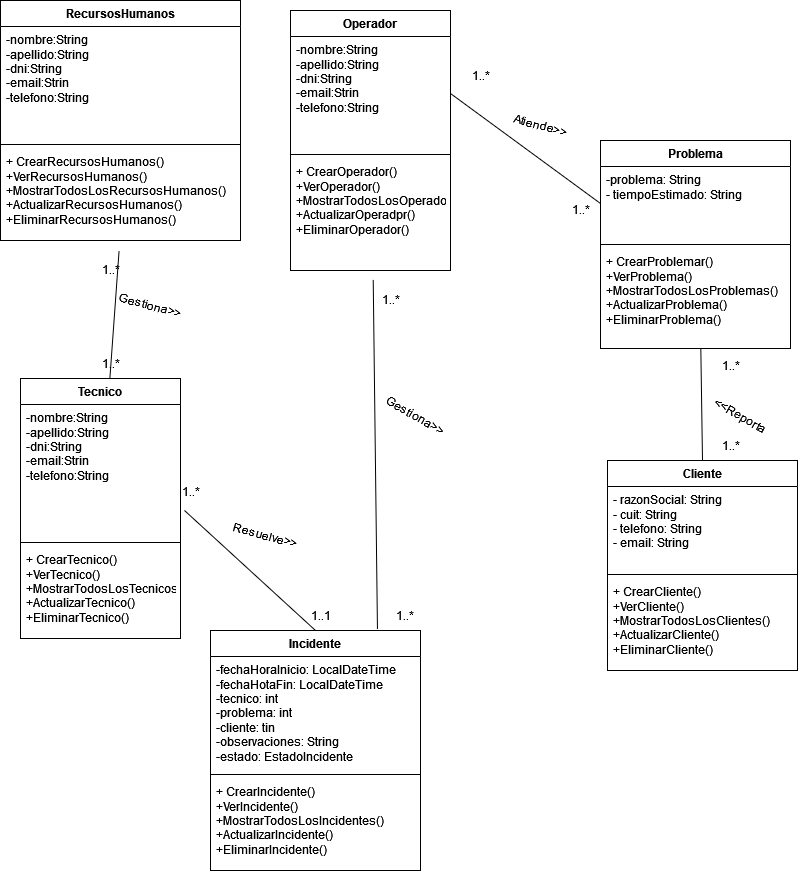
Before: ArgProgramaIncidentes.png, a diagram exported from draw.io (MarceloAsevedo/ArgPrograma-JAVAIntermedio). Source tidied: cells renumbered, new cells last; positions are measured from the earlier drawing's top-left corner, leaving out a move shared by most shapes. Source of this version:
```xml
<mxGraphModel>
  <root>
    <mxCell id="0" />
    <mxCell id="1" parent="0" />
    <mxCell id="2" value="Operador" style="swimlane;fontStyle=1;align=center;verticalAlign=top;horizontal=1;startSize=26;whiteSpace=wrap;html=1;" parent="1" vertex="1">
      <mxGeometry x="290" y="10" width="160" height="260" as="geometry" />
    </mxCell>
    <mxCell id="3" value="&lt;div&gt;-nombre:String&lt;/div&gt;&lt;div&gt;-apellido:String&lt;/div&gt;&lt;div&gt;-dni:String&lt;/div&gt;&lt;div&gt;-email:Strin&lt;/div&gt;&lt;div&gt;-telefono:String&lt;br&gt;&lt;/div&gt;" style="text;strokeColor=none;fillColor=none;align=left;verticalAlign=top;spacingLeft=4;spacingRight=4;overflow=hidden;points=[[0,0.5],[1,0.5]];portConstraint=eastwest;whiteSpace=wrap;html=1;" parent="2" vertex="1">
      <mxGeometry y="26" width="160" height="114" as="geometry" />
    </mxCell>
    <mxCell id="4" style="line;strokeWidth=1;fillColor=none;align=left;verticalAlign=middle;spacingTop=-1;spacingLeft=3;spacingRight=3;labelPosition=right;strokeColor=inherit;" parent="2" vertex="1">
      <mxGeometry y="140" width="160" height="8" as="geometry" />
    </mxCell>
    <mxCell id="5" value="&lt;div&gt;+ CrearOperador()&lt;/div&gt;&lt;div&gt;+VerOperador()&lt;/div&gt;&lt;div&gt;+MostrarTodosLosOperadores()&lt;/div&gt;&lt;div&gt;+ActualizarOperadpr()&lt;/div&gt;&lt;div&gt;+EliminarOperador()&lt;br&gt;&lt;/div&gt;" style="text;strokeColor=none;fillColor=none;align=left;verticalAlign=top;spacingLeft=4;spacingRight=4;overflow=hidden;points=[[0,0.5],[1,0.5]];portConstraint=eastwest;whiteSpace=wrap;html=1;" parent="2" vertex="1">
      <mxGeometry y="148" width="160" height="112" as="geometry" />
    </mxCell>
    <mxCell id="6" value="&lt;div&gt;RecursosHumanos&lt;/div&gt;&lt;div&gt;&lt;br&gt;&lt;/div&gt;" style="swimlane;fontStyle=1;align=center;verticalAlign=top;horizontal=1;startSize=26;whiteSpace=wrap;html=1;" parent="1" vertex="1">
      <mxGeometry width="240" height="240" as="geometry" />
    </mxCell>
    <mxCell id="7" value="&lt;div&gt;-nombre:String&lt;/div&gt;&lt;div&gt;-apellido:String&lt;/div&gt;&lt;div&gt;-dni:String&lt;/div&gt;&lt;div&gt;-email:Strin&lt;/div&gt;&lt;div&gt;-telefono:String&lt;br&gt;&lt;/div&gt;" style="text;strokeColor=none;fillColor=none;align=left;verticalAlign=top;spacingLeft=4;spacingRight=4;overflow=hidden;whiteSpace=wrap;html=1;" parent="6" vertex="1">
      <mxGeometry y="26" width="240" height="114" as="geometry" />
    </mxCell>
    <mxCell id="8" style="line;strokeWidth=1;fillColor=none;align=left;verticalAlign=middle;spacingTop=-1;spacingLeft=3;spacingRight=3;labelPosition=right;strokeColor=inherit;" parent="6" vertex="1">
      <mxGeometry y="140" width="240" height="8" as="geometry" />
    </mxCell>
    <mxCell id="9" value="&lt;div&gt;+ CrearRecursosHumanos()&lt;/div&gt;&lt;div&gt;+VerRecursosHumanos()&lt;/div&gt;&lt;div&gt;+MostrarTodosLosRecursosHumanos()&lt;/div&gt;&lt;div&gt;+ActualizarRecursosHumanos()&lt;/div&gt;&lt;div&gt;+EliminarRecursosHumanos()&lt;br&gt;&lt;/div&gt;" style="text;strokeColor=none;fillColor=none;align=left;verticalAlign=top;spacingLeft=4;spacingRight=4;overflow=hidden;points=[[0,0.5],[1,0.5]];portConstraint=eastwest;whiteSpace=wrap;html=1;" parent="6" vertex="1">
      <mxGeometry y="148" width="240" height="92" as="geometry" />
    </mxCell>
    <mxCell id="10" value="Tecnico" style="swimlane;fontStyle=1;align=center;verticalAlign=top;horizontal=1;startSize=26;whiteSpace=wrap;html=1;" parent="1" vertex="1">
      <mxGeometry x="20" y="378" width="160" height="260" as="geometry" />
    </mxCell>
    <mxCell id="11" value="&lt;div&gt;-nombre:String&lt;/div&gt;&lt;div&gt;-apellido:String&lt;/div&gt;&lt;div&gt;-dni:String&lt;/div&gt;&lt;div&gt;-email:Strin&lt;/div&gt;&lt;div&gt;-telefono:String&lt;br&gt;&lt;/div&gt;" style="text;strokeColor=none;fillColor=none;align=left;verticalAlign=top;spacingLeft=4;spacingRight=4;overflow=hidden;points=[[0,0.5],[1,0.5]];portConstraint=eastwest;whiteSpace=wrap;html=1;" parent="10" vertex="1">
      <mxGeometry y="26" width="160" height="134" as="geometry" />
    </mxCell>
    <mxCell id="12" style="line;strokeWidth=1;fillColor=none;align=left;verticalAlign=middle;spacingTop=-1;spacingLeft=3;spacingRight=3;labelPosition=right;strokeColor=inherit;" parent="10" vertex="1">
      <mxGeometry y="160" width="160" height="8" as="geometry" />
    </mxCell>
    <mxCell id="13" value="&lt;div&gt;+ CrearTecnico()&lt;/div&gt;&lt;div&gt;+VerTecnico()&lt;/div&gt;&lt;div&gt;+MostrarTodosLosTecnicos()&lt;/div&gt;&lt;div&gt;+ActualizarTecnico()&lt;/div&gt;&lt;div&gt;+EliminarTecnico()&lt;br&gt;&lt;/div&gt;" style="text;strokeColor=none;fillColor=none;align=left;verticalAlign=top;spacingLeft=4;spacingRight=4;overflow=hidden;whiteSpace=wrap;html=1;" parent="10" vertex="1">
      <mxGeometry y="168" width="160" height="92" as="geometry" />
    </mxCell>
    <mxCell id="14" value="Cliente" style="swimlane;fontStyle=1;align=center;verticalAlign=top;horizontal=1;startSize=26;whiteSpace=wrap;html=1;" parent="1" vertex="1">
      <mxGeometry x="607" y="460" width="190" height="210" as="geometry" />
    </mxCell>
    <mxCell id="15" value="&lt;div&gt;- razonSocial: String&lt;/div&gt;&lt;div&gt;- cuit: String&lt;/div&gt;&lt;div&gt;- telefono: String&lt;/div&gt;&lt;div&gt;- email: String&lt;/div&gt;&lt;div&gt;&lt;br&gt;&lt;/div&gt;" style="text;strokeColor=none;fillColor=none;align=left;verticalAlign=top;spacingLeft=4;spacingRight=4;overflow=hidden;points=[[0,0.5],[1,0.5]];portConstraint=eastwest;whiteSpace=wrap;html=1;" parent="14" vertex="1">
      <mxGeometry y="26" width="190" height="84" as="geometry" />
    </mxCell>
    <mxCell id="16" style="line;strokeWidth=1;fillColor=none;align=left;verticalAlign=middle;spacingTop=-1;spacingLeft=3;spacingRight=3;labelPosition=right;strokeColor=inherit;" parent="14" vertex="1">
      <mxGeometry y="110" width="190" height="8" as="geometry" />
    </mxCell>
    <mxCell id="17" value="&lt;div&gt;+ CrearCliente()&lt;/div&gt;&lt;div&gt;+VerCliente()&lt;/div&gt;&lt;div&gt;+MostrarTodosLosClientes()&lt;/div&gt;&lt;div&gt;+ActualizarCliente()&lt;/div&gt;&lt;div&gt;+EliminarCliente()&lt;br&gt;&lt;/div&gt;" style="text;strokeColor=none;fillColor=none;align=left;verticalAlign=top;spacingLeft=4;spacingRight=4;overflow=hidden;whiteSpace=wrap;html=1;" parent="14" vertex="1">
      <mxGeometry y="118" width="190" height="92" as="geometry" />
    </mxCell>
    <mxCell id="18" value="Problema" style="swimlane;fontStyle=1;align=center;verticalAlign=top;horizontal=1;startSize=26;whiteSpace=wrap;html=1;" parent="1" vertex="1">
      <mxGeometry x="600" y="140" width="190" height="208" as="geometry" />
    </mxCell>
    <mxCell id="19" value="&lt;div&gt;-problema: String&lt;/div&gt;&lt;div&gt;- tiempoEstimado: String&lt;br&gt;&lt;/div&gt;" style="text;strokeColor=none;fillColor=none;align=left;verticalAlign=top;spacingLeft=4;spacingRight=4;overflow=hidden;points=[[0,0.5],[1,0.5]];portConstraint=eastwest;whiteSpace=wrap;html=1;" parent="18" vertex="1">
      <mxGeometry y="26" width="190" height="74" as="geometry" />
    </mxCell>
    <mxCell id="20" style="line;strokeWidth=1;fillColor=none;align=left;verticalAlign=middle;spacingTop=-1;spacingLeft=3;spacingRight=3;labelPosition=right;strokeColor=inherit;" parent="18" vertex="1">
      <mxGeometry y="100" width="190" height="8" as="geometry" />
    </mxCell>
    <mxCell id="21" value="&lt;div&gt;+ CrearProblemar()&lt;/div&gt;&lt;div&gt;+VerProblema()&lt;/div&gt;&lt;div&gt;+MostrarTodosLosProblemas()&lt;/div&gt;&lt;div&gt;+ActualizarProblema()&lt;/div&gt;&lt;div&gt;+EliminarProblema()&lt;br&gt;&lt;/div&gt;" style="text;strokeColor=none;fillColor=none;align=left;verticalAlign=top;spacingLeft=4;spacingRight=4;overflow=hidden;points=[[0,0.5],[1,0.5]];portConstraint=eastwest;whiteSpace=wrap;html=1;" parent="18" vertex="1">
      <mxGeometry y="108" width="190" height="100" as="geometry" />
    </mxCell>
    <mxCell id="22" value="Incidente" style="swimlane;fontStyle=1;align=center;verticalAlign=top;horizontal=1;startSize=26;whiteSpace=wrap;html=1;" parent="1" vertex="1">
      <mxGeometry x="210" y="630" width="210" height="240" as="geometry" />
    </mxCell>
    <mxCell id="23" value="&lt;div&gt;-fechaHoraInicio: LocalDateTime&lt;br&gt;&lt;/div&gt;&lt;div&gt;-fechaHotaFin: LocalDateTime&lt;br&gt;&lt;/div&gt;&lt;div&gt;-tecnico: int&lt;br&gt;&lt;/div&gt;&lt;div&gt;-problema: int&lt;br&gt;&lt;/div&gt;&lt;div&gt;-cliente: tin&lt;br&gt;&lt;/div&gt;&lt;div&gt;-observaciones: String&lt;/div&gt;&lt;div&gt;-estado: EstadoIncidente&lt;br&gt;&lt;/div&gt;" style="text;strokeColor=none;fillColor=none;align=left;verticalAlign=top;spacingLeft=4;spacingRight=4;overflow=hidden;points=[[0,0.5],[1,0.5]];portConstraint=eastwest;whiteSpace=wrap;html=1;" parent="22" vertex="1">
      <mxGeometry y="26" width="210" height="114" as="geometry" />
    </mxCell>
    <mxCell id="24" style="line;strokeWidth=1;fillColor=none;align=left;verticalAlign=middle;spacingTop=-1;spacingLeft=3;spacingRight=3;labelPosition=right;strokeColor=inherit;" parent="22" vertex="1">
      <mxGeometry y="140" width="210" height="8" as="geometry" />
    </mxCell>
    <mxCell id="25" value="&lt;div&gt;+ CrearIncidente()&lt;/div&gt;&lt;div&gt;+VerIncidente()&lt;/div&gt;&lt;div&gt;+MostrarTodosLosIncidentes()&lt;/div&gt;&lt;div&gt;+ActualizarIncidente()&lt;/div&gt;&lt;div&gt;+EliminarIncidente()&lt;br&gt;&lt;/div&gt;" style="text;strokeColor=none;fillColor=none;align=left;verticalAlign=top;spacingLeft=4;spacingRight=4;overflow=hidden;points=[[0,0.5],[1,0.5]];portConstraint=eastwest;whiteSpace=wrap;html=1;" parent="22" vertex="1">
      <mxGeometry y="148" width="210" height="92" as="geometry" />
    </mxCell>
    <mxCell id="26" style="endArrow=none;html=1;rounded=0;entryX=0.528;entryY=1.002;entryDx=0;entryDy=0;exitX=0.5;exitY=0;exitDx=0;exitDy=0;entryPerimeter=0;" parent="1" edge="1" source="14" target="21">
      <mxGeometry relative="1" as="geometry" />
    </mxCell>
    <mxCell id="27" style="endArrow=none;html=1;rounded=0;exitX=0.5;exitY=0;exitDx=0;exitDy=0;entryX=1.025;entryY=0.791;entryDx=0;entryDy=0;entryPerimeter=0;" parent="1" edge="1" source="22" target="11">
      <mxGeometry relative="1" as="geometry" />
    </mxCell>
    <mxCell id="28" style="endArrow=none;html=1;rounded=0;entryX=1;entryY=0.5;entryDx=0;entryDy=0;exitX=0;exitY=0.5;exitDx=0;exitDy=0;" parent="1" edge="1" source="19" target="3">
      <mxGeometry relative="1" as="geometry" />
    </mxCell>
    <mxCell id="29" style="endArrow=none;html=1;rounded=0;entryX=0.517;entryY=1.084;entryDx=0;entryDy=0;exitX=0.795;exitY=-0.006;exitDx=0;exitDy=0;entryPerimeter=0;exitPerimeter=0;" parent="1" edge="1" source="22" target="5">
      <mxGeometry relative="1" as="geometry" />
    </mxCell>
    <mxCell id="30" style="endArrow=none;html=1;rounded=0;entryX=0.494;entryY=1.115;entryDx=0;entryDy=0;entryPerimeter=0;" parent="1" edge="1" source="10" target="9">
      <mxGeometry relative="1" as="geometry" />
    </mxCell>
    <mxCell id="31" value="1..*" style="text;html=1;align=center;verticalAlign=middle;strokeColor=none;fillColor=none;" parent="1" vertex="1">
      <mxGeometry x="370" y="284" width="40" height="30" as="geometry" />
    </mxCell>
    <mxCell id="32" value="1..*" style="text;html=1;align=center;verticalAlign=middle;strokeColor=none;fillColor=none;" parent="1" vertex="1">
      <mxGeometry x="460" y="60" width="40" height="30" as="geometry" />
    </mxCell>
    <mxCell id="33" value="1..*" style="text;html=1;align=center;verticalAlign=middle;strokeColor=none;fillColor=none;" parent="1" vertex="1">
      <mxGeometry x="710" y="430" width="40" height="30" as="geometry" />
    </mxCell>
    <mxCell id="34" value="1..*" style="text;html=1;align=center;verticalAlign=middle;strokeColor=none;fillColor=none;" parent="1" vertex="1">
      <mxGeometry x="90" y="254" width="40" height="30" as="geometry" />
    </mxCell>
    <mxCell id="35" value="1..*" style="text;html=1;align=center;verticalAlign=middle;strokeColor=none;fillColor=none;" parent="1" vertex="1">
      <mxGeometry x="170" y="476" width="40" height="30" as="geometry" />
    </mxCell>
    <mxCell id="36" value="1..*" style="text;html=1;align=center;verticalAlign=middle;strokeColor=none;fillColor=none;" parent="1" vertex="1">
      <mxGeometry x="90" y="348" width="40" height="30" as="geometry" />
    </mxCell>
    <mxCell id="37" value="1..1" style="text;html=1;align=center;verticalAlign=middle;strokeColor=none;fillColor=none;" parent="1" vertex="1">
      <mxGeometry x="300" y="600" width="40" height="30" as="geometry" />
    </mxCell>
    <mxCell id="38" value="1..*" style="text;html=1;align=center;verticalAlign=middle;strokeColor=none;fillColor=none;" parent="1" vertex="1">
      <mxGeometry x="384" y="600" width="40" height="30" as="geometry" />
    </mxCell>
    <mxCell id="39" value="1..*" style="text;html=1;align=center;verticalAlign=middle;strokeColor=none;fillColor=none;" parent="1" vertex="1">
      <mxGeometry x="710" y="350" width="40" height="30" as="geometry" />
    </mxCell>
    <mxCell id="40" value="1..*" style="text;html=1;align=center;verticalAlign=middle;strokeColor=none;fillColor=none;" parent="1" vertex="1">
      <mxGeometry x="560" y="194" width="40" height="30" as="geometry" />
    </mxCell>
    <mxCell id="41" value="Atiende&amp;gt;&amp;gt;" style="text;html=1;align=center;verticalAlign=middle;strokeColor=none;fillColor=none;rotation=15;" parent="1" vertex="1">
      <mxGeometry x="500" y="110" width="80" height="30" as="geometry" />
    </mxCell>
    <mxCell id="42" value="&amp;lt;&amp;lt;Reporta" style="text;html=1;align=center;verticalAlign=middle;strokeColor=none;fillColor=none;rotation=30;" parent="1" vertex="1">
      <mxGeometry x="700" y="400" width="80" height="30" as="geometry" />
    </mxCell>
    <mxCell id="43" value="Gestiona&amp;gt;&amp;gt;" style="text;html=1;align=center;verticalAlign=middle;strokeColor=none;fillColor=none;rotation=30;" parent="1" vertex="1">
      <mxGeometry x="370" y="400" width="90" height="30" as="geometry" />
    </mxCell>
    <mxCell id="44" value="Resuelve&amp;gt;&amp;gt;" style="text;html=1;align=center;verticalAlign=middle;strokeColor=none;fillColor=none;rotation=15;" parent="1" vertex="1">
      <mxGeometry x="220" y="520" width="90" height="30" as="geometry" />
    </mxCell>
    <mxCell id="45" value="Gestiona&amp;gt;&amp;gt;" style="text;html=1;align=center;verticalAlign=middle;strokeColor=none;fillColor=none;rotation=15;" parent="1" vertex="1">
      <mxGeometry x="105" y="290" width="90" height="30" as="geometry" />
    </mxCell>
  </root>
</mxGraphModel>
```
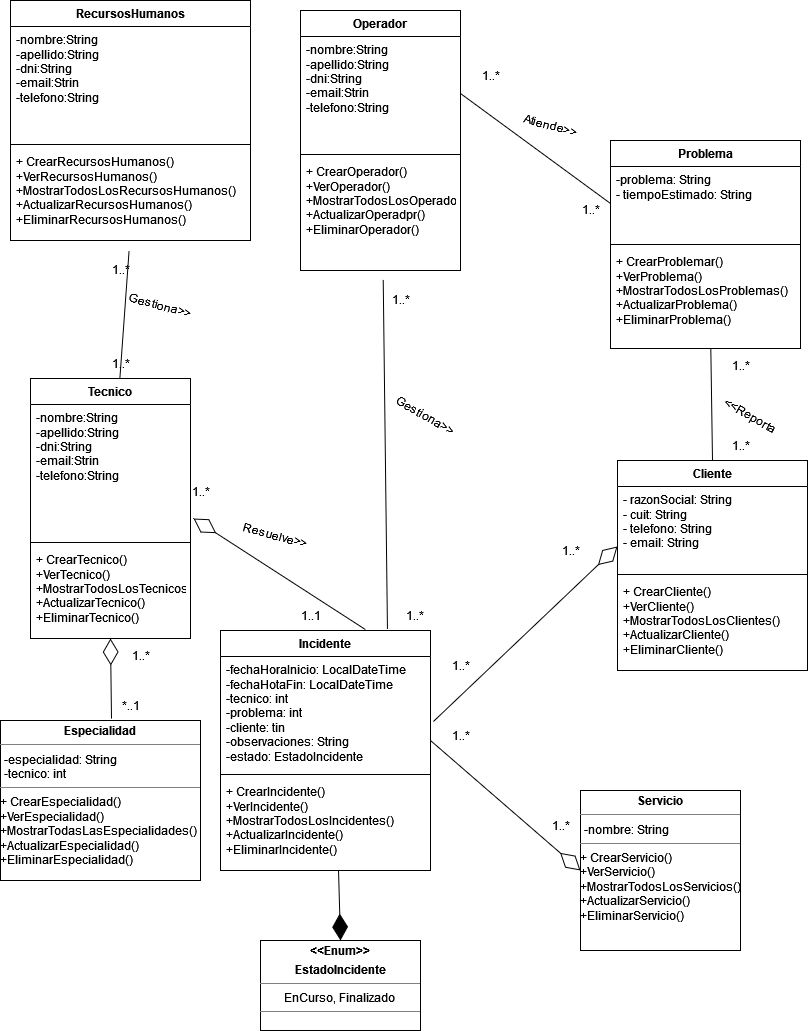
The same diagram one commit later.

Commit message:
Actualizacion Diagrama

Change to the diagram source:
```diff
@@ -77,9 +77,6 @@
     <mxCell id="26" style="endArrow=none;html=1;rounded=0;entryX=0.528;entryY=1.002;entryDx=0;entryDy=0;exitX=0.5;exitY=0;exitDx=0;exitDy=0;entryPerimeter=0;" parent="1" edge="1" source="14" target="21">
       <mxGeometry relative="1" as="geometry" />
     </mxCell>
-    <mxCell id="27" style="endArrow=none;html=1;rounded=0;exitX=0.5;exitY=0;exitDx=0;exitDy=0;entryX=1.025;entryY=0.791;entryDx=0;entryDy=0;entryPerimeter=0;" parent="1" edge="1" source="22" target="11">
-      <mxGeometry relative="1" as="geometry" />
-    </mxCell>
     <mxCell id="28" style="endArrow=none;html=1;rounded=0;entryX=1;entryY=0.5;entryDx=0;entryDy=0;exitX=0;exitY=0.5;exitDx=0;exitDy=0;" parent="1" edge="1" source="19" target="3">
       <mxGeometry relative="1" as="geometry" />
     </mxCell>
@@ -108,7 +105,7 @@
       <mxGeometry x="90" y="348" width="40" height="30" as="geometry" />
     </mxCell>
     <mxCell id="37" value="1..1" style="text;html=1;align=center;verticalAlign=middle;strokeColor=none;fillColor=none;" parent="1" vertex="1">
-      <mxGeometry x="300" y="600" width="40" height="30" as="geometry" />
+      <mxGeometry x="280" y="600" width="40" height="30" as="geometry" />
     </mxCell>
     <mxCell id="38" value="1..*" style="text;html=1;align=center;verticalAlign=middle;strokeColor=none;fillColor=none;" parent="1" vertex="1">
       <mxGeometry x="384" y="600" width="40" height="30" as="geometry" />
@@ -134,5 +131,47 @@
     <mxCell id="45" value="Gestiona&amp;gt;&amp;gt;" style="text;html=1;align=center;verticalAlign=middle;strokeColor=none;fillColor=none;rotation=15;" parent="1" vertex="1">
       <mxGeometry x="105" y="290" width="90" height="30" as="geometry" />
     </mxCell>
+    <mxCell id="46" style="endArrow=diamondThin;endFill=0;endSize=24;html=1;rounded=0;entryX=0;entryY=0.714;entryDx=0;entryDy=0;entryPerimeter=0;exitX=1.014;exitY=0.57;exitDx=0;exitDy=0;exitPerimeter=0;" parent="1" edge="1" source="23" target="15">
+      <mxGeometry relative="1" as="geometry" />
+    </mxCell>
+    <mxCell id="27" style="endArrow=diamondThin;endFill=0;endSize=24;html=1;rounded=0;exitX=0.69;exitY=-0.004;exitDx=0;exitDy=0;exitPerimeter=0;entryX=1.019;entryY=0.851;entryDx=0;entryDy=0;entryPerimeter=0;" parent="1" edge="1" source="22" target="11">
+      <mxGeometry relative="1" as="geometry" />
+    </mxCell>
+    <mxCell id="47" value="&lt;p style=&quot;margin:0px;margin-top:4px;text-align:center;&quot;&gt;&lt;b&gt;Servicio&lt;/b&gt;&lt;/p&gt;&lt;hr size=&quot;1&quot;&gt;&lt;p style=&quot;margin:0px;margin-left:4px;&quot;&gt;-nombre: String&lt;br&gt;&lt;/p&gt;&lt;hr size=&quot;1&quot;&gt;&lt;div&gt;+ CrearServicio()&lt;/div&gt;&lt;div&gt;+VerServicio()&lt;/div&gt;&lt;div&gt;+MostrarTodosLosServicios()&lt;/div&gt;&lt;div&gt;+ActualizarServicio()&lt;/div&gt;+EliminarServicio()&lt;p style=&quot;margin:0px;margin-left:4px;&quot;&gt;&lt;/p&gt;" style="verticalAlign=top;align=left;overflow=fill;fontSize=12;fontFamily=Helvetica;html=1;whiteSpace=wrap;" parent="1" vertex="1">
+      <mxGeometry x="570" y="790" width="160" height="160" as="geometry" />
+    </mxCell>
+    <mxCell id="48" style="endArrow=diamondThin;endFill=0;endSize=24;html=1;rounded=0;entryX=0;entryY=0.5;entryDx=0;entryDy=0;exitX=1;exitY=0.737;exitDx=0;exitDy=0;exitPerimeter=0;" parent="1" edge="1" source="23" target="47">
+      <mxGeometry relative="1" as="geometry" />
+    </mxCell>
+    <mxCell id="49" value="&lt;p style=&quot;margin:0px;margin-top:4px;text-align:center;&quot;&gt;&lt;b&gt;Especialidad&lt;/b&gt;&lt;/p&gt;&lt;hr size=&quot;1&quot;&gt;&lt;p style=&quot;margin:0px;margin-left:4px;&quot;&gt;-especialidad: String&lt;/p&gt;&lt;p style=&quot;margin:0px;margin-left:4px;&quot;&gt;-tecnico: int&lt;br&gt;&lt;/p&gt;&lt;hr size=&quot;1&quot;&gt;&lt;div&gt;+ CrearEspecialidad()&lt;/div&gt;&lt;div&gt;+VerEspecialidad()&lt;/div&gt;&lt;div&gt;+MostrarTodasLasEspecialidades()&lt;/div&gt;&lt;div&gt;+ActualizarEspecialidad()&lt;/div&gt;+EliminarEspecialidad()&lt;p style=&quot;margin:0px;margin-left:4px;&quot;&gt;&lt;/p&gt;" style="verticalAlign=top;align=left;overflow=fill;fontSize=12;fontFamily=Helvetica;html=1;whiteSpace=wrap;" parent="1" vertex="1">
+      <mxGeometry x="-10" y="720" width="200" height="160" as="geometry" />
+    </mxCell>
+    <mxCell id="50" style="endArrow=diamondThin;endFill=0;endSize=24;html=1;rounded=0;entryX=0.5;entryY=1;entryDx=0;entryDy=0;exitX=0.555;exitY=-0.012;exitDx=0;exitDy=0;exitPerimeter=0;" parent="1" edge="1" source="49" target="10">
+      <mxGeometry relative="1" as="geometry" />
+    </mxCell>
+    <mxCell id="51" value="&lt;p style=&quot;margin:0px;margin-top:4px;text-align:center;&quot;&gt;&lt;b&gt;&amp;lt;&amp;lt;Enum&amp;gt;&amp;gt;&lt;br&gt;&lt;/b&gt;&lt;/p&gt;&lt;p style=&quot;margin:0px;margin-top:4px;text-align:center;&quot;&gt;&lt;b&gt;EstadoIncidente&lt;/b&gt;&lt;/p&gt;&lt;hr size=&quot;1&quot;&gt;&lt;div align=&quot;center&quot;&gt;EnCurso, Finalizado&lt;br&gt;&lt;/div&gt;&lt;hr size=&quot;1&quot;&gt;&lt;p style=&quot;margin:0px;margin-left:4px;&quot;&gt;&lt;br&gt;&lt;/p&gt;" style="verticalAlign=top;align=left;overflow=fill;fontSize=12;fontFamily=Helvetica;html=1;whiteSpace=wrap;" parent="1" vertex="1">
+      <mxGeometry x="250" y="940" width="160" height="90" as="geometry" />
+    </mxCell>
+    <mxCell id="52" style="endArrow=diamondThin;endFill=1;endSize=24;html=1;rounded=0;entryX=0.5;entryY=0;entryDx=0;entryDy=0;exitX=0.562;exitY=1;exitDx=0;exitDy=0;exitPerimeter=0;" parent="1" edge="1" source="25" target="51">
+      <mxGeometry relative="1" as="geometry" />
+    </mxCell>
+    <mxCell id="53" value="*..1" style="text;html=1;align=center;verticalAlign=middle;strokeColor=none;fillColor=none;" parent="1" vertex="1">
+      <mxGeometry x="100" y="690" width="40" height="30" as="geometry" />
+    </mxCell>
+    <mxCell id="54" value="1..*" style="text;html=1;align=center;verticalAlign=middle;strokeColor=none;fillColor=none;" parent="1" vertex="1">
+      <mxGeometry x="110" y="640" width="40" height="30" as="geometry" />
+    </mxCell>
+    <mxCell id="55" value="1..*" style="text;html=1;align=center;verticalAlign=middle;strokeColor=none;fillColor=none;" parent="1" vertex="1">
+      <mxGeometry x="540" y="535" width="40" height="30" as="geometry" />
+    </mxCell>
+    <mxCell id="56" value="1..*" style="text;html=1;align=center;verticalAlign=middle;strokeColor=none;fillColor=none;" parent="1" vertex="1">
+      <mxGeometry x="430" y="650" width="40" height="30" as="geometry" />
+    </mxCell>
+    <mxCell id="57" value="1..*" style="text;html=1;align=center;verticalAlign=middle;strokeColor=none;fillColor=none;" parent="1" vertex="1">
+      <mxGeometry x="530" y="810" width="40" height="30" as="geometry" />
+    </mxCell>
+    <mxCell id="58" value="1..*" style="text;html=1;align=center;verticalAlign=middle;strokeColor=none;fillColor=none;" parent="1" vertex="1">
+      <mxGeometry x="430" y="720" width="40" height="30" as="geometry" />
+    </mxCell>
   </root>
 </mxGraphModel>
```
